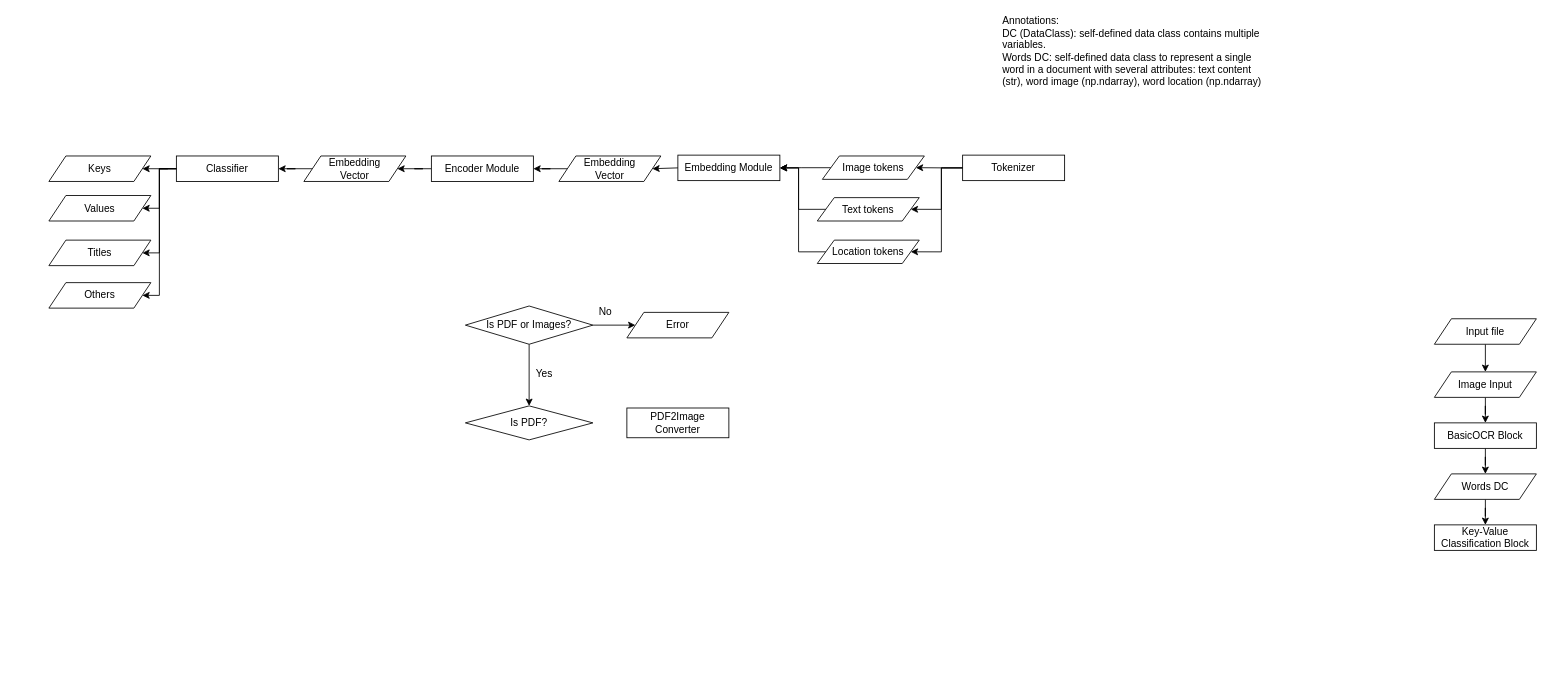
Before: Biểu đồ không có tiêu đề.drawio in moewiee/cassava, a draw.io diagram. Source tidied: cells renumbered, new cells numbered last; positions are measured from the earlier drawing's top-left corner, leaving out a move shared by most shapes. Both pictures are drawn from the tidied source at 85%, with x=0, y=0 at pixel (48, 14).
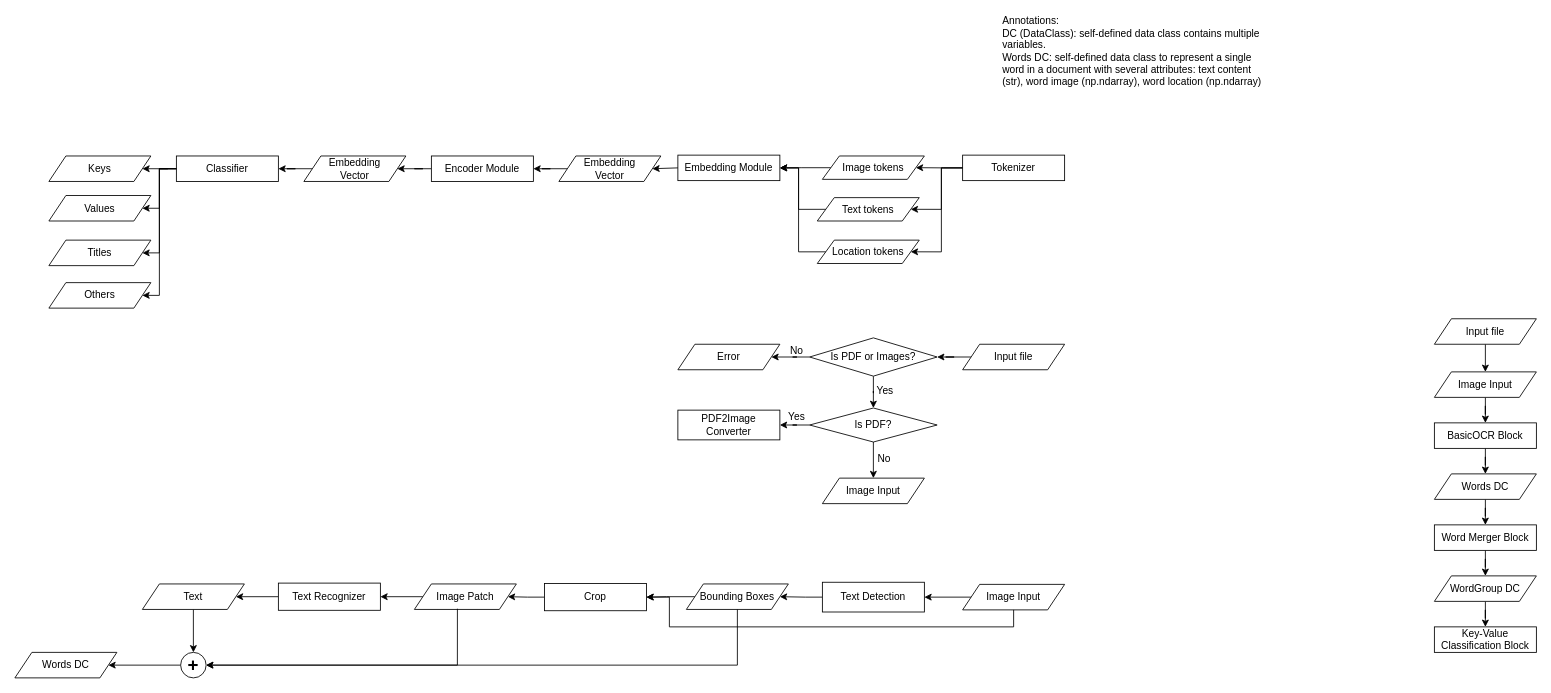
After the change.

Diff of the diagram source:
```diff
@@
-    <mxCell id="4" style="edgeStyle=orthogonalEdgeStyle;rounded=0;jettySize=auto;html=1;entryX=0;entryY=0.5;entryDx=0;entryDy=0;" parent="1" edge="1" source="6" target="7">
+    <mxCell id="4" style="edgeStyle=orthogonalEdgeStyle;rounded=0;jettySize=auto;html=1;" parent="1" edge="1" source="6" target="7">
       <mxGeometry relative="1" as="geometry" />
     </mxCell>
@@
     <mxCell id="6" value="Is PDF or Images?" style="rhombus;whiteSpace=wrap;html=1;" parent="1" vertex="1">
-      <mxGeometry x="490" y="342.5" width="150" height="45" as="geometry" />
+      <mxGeometry x="895" y="380" width="150" height="45" as="geometry" />
     </mxCell>
     <mxCell id="7" value="Error" style="shape=parallelogram;perimeter=parallelogramPerimeter;whiteSpace=wrap;html=1;fixedSize=1;" parent="1" vertex="1">
-      <mxGeometry x="680" y="350" width="120" height="30" as="geometry" />
+      <mxGeometry x="740" y="387.5" width="120" height="30" as="geometry" />
     </mxCell>
     <mxCell id="8" value="No" style="text;html=1;strokeColor=none;fillColor=none;align=center;verticalAlign=middle;whiteSpace=wrap;rounded=0;" parent="1" vertex="1">
-      <mxGeometry x="625" y="335" width="60" height="30" as="geometry" />
+      <mxGeometry x="850" y="380" width="60" height="30" as="geometry" />
     </mxCell>
+    <mxCell id="47" style="edgeStyle=orthogonalEdgeStyle;rounded=0;jettySize=auto;html=1;" parent="1" edge="1" source="9" target="10">
+      <mxGeometry relative="1" as="geometry" />
+    </mxCell>
+    <mxCell id="48" style="edgeStyle=orthogonalEdgeStyle;rounded=0;jettySize=auto;html=1;" parent="1" edge="1" source="9" target="53">
+      <mxGeometry relative="1" as="geometry" />
+    </mxCell>
     <mxCell id="9" value="Is PDF?" style="rhombus;whiteSpace=wrap;html=1;" parent="1" vertex="1">
-      <mxGeometry x="490" y="460" width="150" height="40" as="geometry" />
+      <mxGeometry x="895" y="462.5" width="150" height="40" as="geometry" />
     </mxCell>
     <mxCell id="10" value="PDF2Image Converter" style="whiteSpace=wrap;html=1;rounded=0;" parent="1" vertex="1">
-      <mxGeometry x="680" y="462.5" width="120" height="35" as="geometry" />
+      <mxGeometry x="740" y="465" width="120" height="35" as="geometry" />
     </mxCell>
@@
     <mxCell id="13" value="Yes" style="text;html=1;strokeColor=none;fillColor=none;align=center;verticalAlign=middle;whiteSpace=wrap;rounded=0;" parent="1" vertex="1">
-      <mxGeometry x="553" y="407" width="60" height="30" as="geometry" />
+      <mxGeometry x="954" y="428" width="60" height="30" as="geometry" />
     </mxCell>
@@
+    <mxCell id="49" style="edgeStyle=orthogonalEdgeStyle;rounded=0;jettySize=auto;html=1;fontSize=22;" parent="1" edge="1" source="46" target="77">
+      <mxGeometry relative="1" as="geometry" />
+    </mxCell>
-    <mxCell id="46" value="Key-Value Classification Block" style="whiteSpace=wrap;html=1;rounded=0;" parent="1" vertex="1">
+    <mxCell id="46" value="Word Merger Block" style="whiteSpace=wrap;html=1;rounded=0;" parent="1" vertex="1">
       <mxGeometry x="1630" y="600" width="120" height="30" as="geometry" />
     </mxCell>
+    <mxCell id="50" style="edgeStyle=orthogonalEdgeStyle;rounded=0;jettySize=auto;html=1;" parent="1" edge="1" source="51" target="6">
+      <mxGeometry relative="1" as="geometry" />
+    </mxCell>
+    <mxCell id="51" value="Input file" style="shape=parallelogram;perimeter=parallelogramPerimeter;whiteSpace=wrap;html=1;fixedSize=1;" parent="1" vertex="1">
+      <mxGeometry x="1075" y="387.5" width="120" height="30" as="geometry" />
+    </mxCell>
+    <mxCell id="52" value="No" style="text;html=1;strokeColor=none;fillColor=none;align=center;verticalAlign=middle;whiteSpace=wrap;rounded=0;" parent="1" vertex="1">
+      <mxGeometry x="953" y="507.5" width="60" height="30" as="geometry" />
+    </mxCell>
+    <mxCell id="53" value="Image Input" style="shape=parallelogram;perimeter=parallelogramPerimeter;whiteSpace=wrap;html=1;fixedSize=1;rounded=0;" parent="1" vertex="1">
+      <mxGeometry x="910" y="545" width="120" height="30" as="geometry" />
+    </mxCell>
+    <mxCell id="54" value="Yes" style="text;html=1;strokeColor=none;fillColor=none;align=center;verticalAlign=middle;whiteSpace=wrap;rounded=0;" parent="1" vertex="1">
+      <mxGeometry x="850" y="458" width="60" height="30" as="geometry" />
+    </mxCell>
+    <mxCell id="55" style="edgeStyle=orthogonalEdgeStyle;rounded=0;jettySize=auto;html=1;" parent="1" edge="1" source="56" target="58">
+      <mxGeometry relative="1" as="geometry" />
+    </mxCell>
+    <mxCell id="56" value="Image Input" style="shape=parallelogram;perimeter=parallelogramPerimeter;whiteSpace=wrap;html=1;fixedSize=1;" parent="1" vertex="1">
+      <mxGeometry x="1075" y="670" width="120" height="30" as="geometry" />
+    </mxCell>
+    <mxCell id="57" style="edgeStyle=orthogonalEdgeStyle;rounded=0;jettySize=auto;html=1;" parent="1" edge="1" source="58" target="60">
+      <mxGeometry relative="1" as="geometry" />
+    </mxCell>
+    <mxCell id="58" value="Text Detection" style="whiteSpace=wrap;html=1;rounded=0;" parent="1" vertex="1">
+      <mxGeometry x="910" y="667.5" width="120" height="35" as="geometry" />
+    </mxCell>
+    <mxCell id="59" style="edgeStyle=orthogonalEdgeStyle;rounded=0;jettySize=auto;html=1;" parent="1" edge="1" source="60" target="62">
+      <mxGeometry relative="1" as="geometry" />
+    </mxCell>
+    <mxCell id="60" value="Bounding Boxes" style="shape=parallelogram;perimeter=parallelogramPerimeter;whiteSpace=wrap;html=1;fixedSize=1;" parent="1" vertex="1">
+      <mxGeometry x="750" y="669.5" width="120" height="30" as="geometry" />
+    </mxCell>
+    <mxCell id="61" style="edgeStyle=orthogonalEdgeStyle;rounded=0;jettySize=auto;html=1;" parent="1" edge="1" source="62" target="65">
+      <mxGeometry relative="1" as="geometry" />
+    </mxCell>
+    <mxCell id="62" value="Crop" style="whiteSpace=wrap;html=1;rounded=0;" parent="1" vertex="1">
+      <mxGeometry x="583" y="669" width="120" height="32" as="geometry" />
+    </mxCell>
+    <mxCell id="63" style="edgeStyle=orthogonalEdgeStyle;rounded=0;jettySize=auto;html=1;exitX=0.5;exitY=1;exitDx=0;exitDy=0;entryX=1;entryY=0.5;entryDx=0;entryDy=0;" parent="1" edge="1" source="56" target="62">
+      <mxGeometry relative="1" as="geometry">
+        <Array as="points">
+          <mxPoint x="1135" y="720" />
+          <mxPoint x="730" y="720" />
+          <mxPoint x="730" y="685" />
+        </Array>
+      </mxGeometry>
+    </mxCell>
+    <mxCell id="64" style="edgeStyle=orthogonalEdgeStyle;rounded=0;jettySize=auto;html=1;" parent="1" edge="1" source="65" target="67">
+      <mxGeometry relative="1" as="geometry" />
+    </mxCell>
+    <mxCell id="65" value="Image Patch" style="shape=parallelogram;perimeter=parallelogramPerimeter;whiteSpace=wrap;html=1;fixedSize=1;" parent="1" vertex="1">
+      <mxGeometry x="430" y="669.5" width="120" height="30" as="geometry" />
+    </mxCell>
+    <mxCell id="66" style="edgeStyle=orthogonalEdgeStyle;rounded=0;jettySize=auto;html=1;" parent="1" edge="1" source="67" target="69">
+      <mxGeometry relative="1" as="geometry" />
+    </mxCell>
+    <mxCell id="67" value="Text Recognizer" style="whiteSpace=wrap;html=1;rounded=0;" parent="1" vertex="1">
+      <mxGeometry x="270" y="668.5" width="120" height="32" as="geometry" />
+    </mxCell>
+    <mxCell id="68" style="edgeStyle=orthogonalEdgeStyle;rounded=0;jettySize=auto;html=1;" parent="1" edge="1" source="69" target="71">
+      <mxGeometry relative="1" as="geometry" />
+    </mxCell>
+    <mxCell id="69" value="Text" style="shape=parallelogram;perimeter=parallelogramPerimeter;whiteSpace=wrap;html=1;fixedSize=1;" parent="1" vertex="1">
+      <mxGeometry x="110" y="669.5" width="120" height="30" as="geometry" />
+    </mxCell>
+    <mxCell id="70" style="edgeStyle=orthogonalEdgeStyle;rounded=0;jettySize=auto;html=1;fontSize=22;" parent="1" edge="1" source="71" target="73">
+      <mxGeometry relative="1" as="geometry" />
+    </mxCell>
+    <mxCell id="71" value="&lt;b style=&quot;font-size: 22px;&quot;&gt;+&lt;/b&gt;" style="ellipse;whiteSpace=wrap;html=1;" parent="1" vertex="1">
+      <mxGeometry x="155" y="750" width="30" height="30" as="geometry" />
+    </mxCell>
+    <mxCell id="72" style="edgeStyle=orthogonalEdgeStyle;rounded=0;jettySize=auto;html=1;exitX=0.422;exitY=0.972;exitDx=0;exitDy=0;exitPerimeter=0;entryX=1;entryY=0.5;entryDx=0;entryDy=0;" parent="1" edge="1" source="65" target="71">
+      <mxGeometry relative="1" as="geometry" />
+    </mxCell>
+    <mxCell id="73" value="Words DC" style="shape=parallelogram;perimeter=parallelogramPerimeter;whiteSpace=wrap;html=1;fixedSize=1;" parent="1" vertex="1">
+      <mxGeometry x="-40" y="750" width="120" height="30" as="geometry" />
+    </mxCell>
+    <mxCell id="74" style="edgeStyle=orthogonalEdgeStyle;rounded=0;jettySize=auto;html=1;exitX=0.5;exitY=1;exitDx=0;exitDy=0;entryX=1;entryY=0.5;entryDx=0;entryDy=0;" parent="1" edge="1" source="60" target="71">
+      <mxGeometry relative="1" as="geometry">
+        <Array as="points">
+          <mxPoint x="810" y="765" />
+        </Array>
+      </mxGeometry>
+    </mxCell>
+    <mxCell id="75" value="Key-Value Classification Block" style="whiteSpace=wrap;html=1;rounded=0;" parent="1" vertex="1">
+      <mxGeometry x="1630" y="720" width="120" height="30" as="geometry" />
+    </mxCell>
+    <mxCell id="76" style="edgeStyle=orthogonalEdgeStyle;rounded=0;jettySize=auto;html=1;fontSize=22;" parent="1" edge="1" source="77" target="75">
+      <mxGeometry relative="1" as="geometry" />
+    </mxCell>
+    <mxCell id="77" value="WordGroup DC" style="shape=parallelogram;perimeter=parallelogramPerimeter;whiteSpace=wrap;html=1;fixedSize=1;rounded=0;" parent="1" vertex="1">
+      <mxGeometry x="1630" y="660" width="120" height="30" as="geometry" />
+    </mxCell>
```
